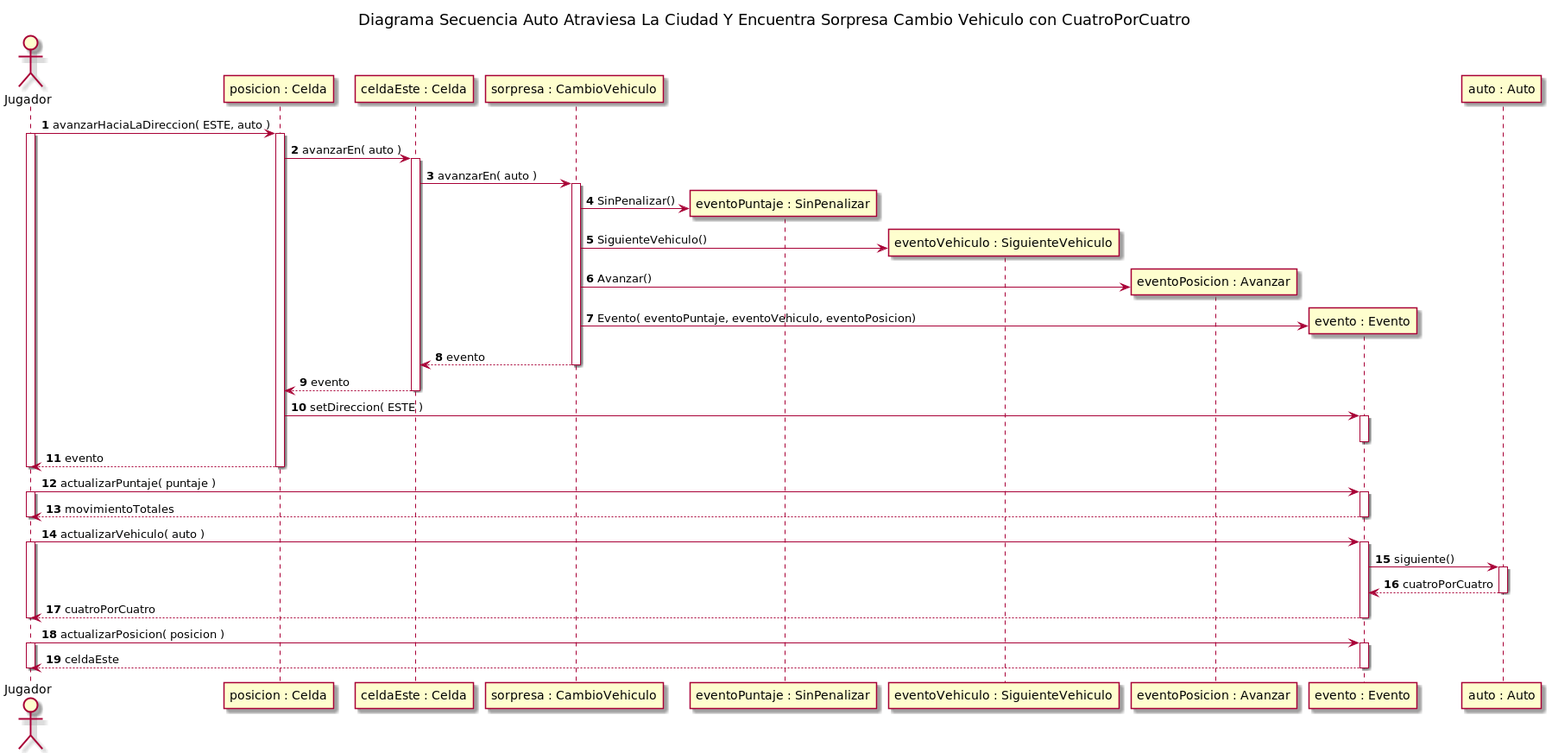
Before: diagrams/sequences/entrega2/img/CasoAutoAtraviesaLaCiudadYEncuentraSorpresaCambioVehiculoCon4X4.png, a diagram exported from PlantUML (rodrigovzq/algo3_tp2).
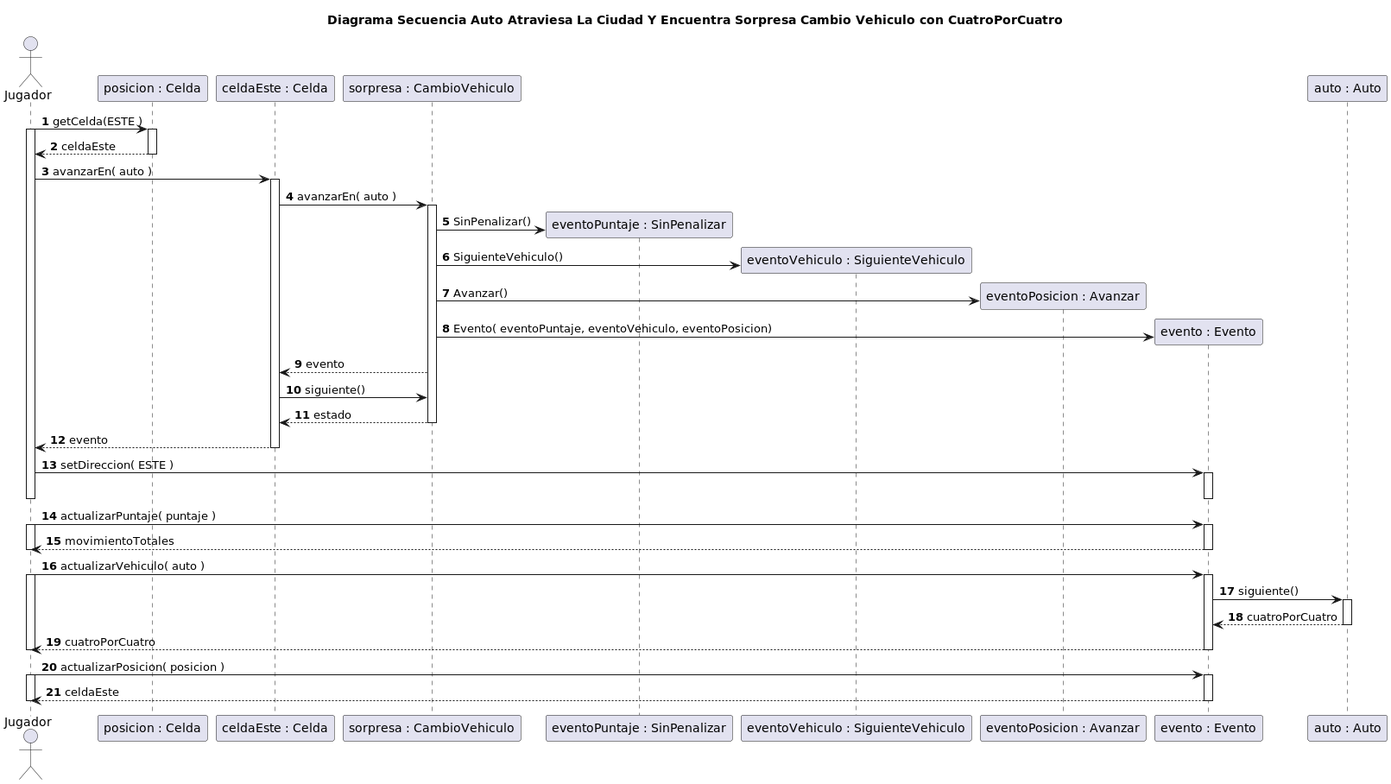
Later version of the same file.

The edit, as a diff of the source:
```diff
@@ -5,10 +5,12 @@
 
 actor Jugador
 
-Jugador -> "posicion : Celda"++: avanzarHaciaLaDireccion( ESTE, auto )
+Jugador -> "posicion : Celda"++: getCelda(ESTE )
 
 activate Jugador
-"posicion : Celda" -> "celdaEste : Celda"++: avanzarEn( auto )
+"posicion : Celda" --> Jugador: celdaEste
+deactivate "posicion : Celda"
+Jugador -> "celdaEste : Celda"++: avanzarEn( auto )
 
 
 "celdaEste : Celda" -> "sorpresa : CambioVehiculo"++: avanzarEn( auto )
@@ -26,14 +28,14 @@
 "sorpresa : CambioVehiculo"  -> "evento : Evento": Evento( eventoPuntaje, eventoVehiculo, eventoPosicion)
 
 "sorpresa : CambioVehiculo" --> "celdaEste : Celda": evento
-deactivate "sorpresa : CambioVehiculo"
+"celdaEste : Celda" -> "sorpresa : CambioVehiculo": siguiente()
+"sorpresa : CambioVehiculo" --> "celdaEste : Celda"--: estado
 
-"celdaEste : Celda" --> "posicion : Celda": evento
+"celdaEste : Celda" --> Jugador: evento
 deactivate "celdaEste : Celda"
-"posicion : Celda" -> "evento : Evento"++: setDireccion( ESTE )
+Jugador -> "evento : Evento"++: setDireccion( ESTE )
 deactivate "evento : Evento"
 
-"posicion : Celda" --> Jugador--: evento
 deactivate Jugador
 
 Jugador -> "evento : Evento"++: actualizarPuntaje( puntaje )
@@ -49,6 +51,7 @@
 Jugador <-- "evento : Evento"--: cuatroPorCuatro
 deactivate Jugador
 
+
 Jugador -> "evento : Evento"++: actualizarPosicion( posicion )
 activate Jugador
 Jugador <-- "evento : Evento"--: celdaEste
```
